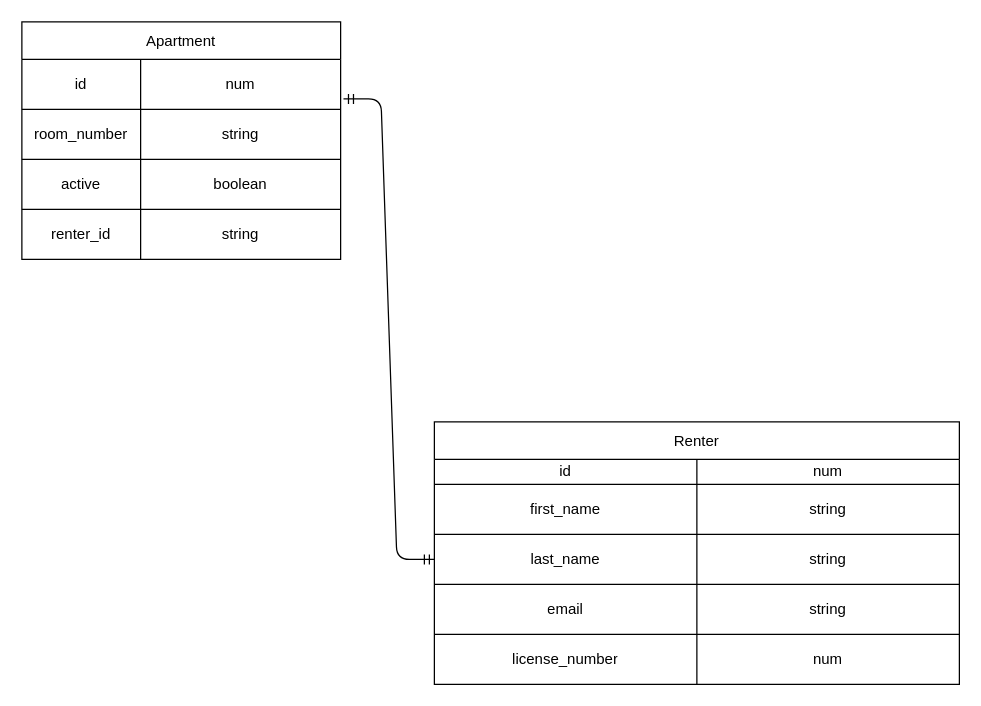
This is exercises/class-6/Exercise-1.1.drawio from MichaelAI0/CodeLabs_Backend_Exercise_Notes_2023, a draw.io file, before an edit. Source tidied: cells renumbered, new cells numbered last; positions are measured from the earlier drawing's top-left corner, leaving out a move shared by most shapes. Both pictures are drawn from the tidied source at 125%, with x=0, y=0 at pixel (21, 21).
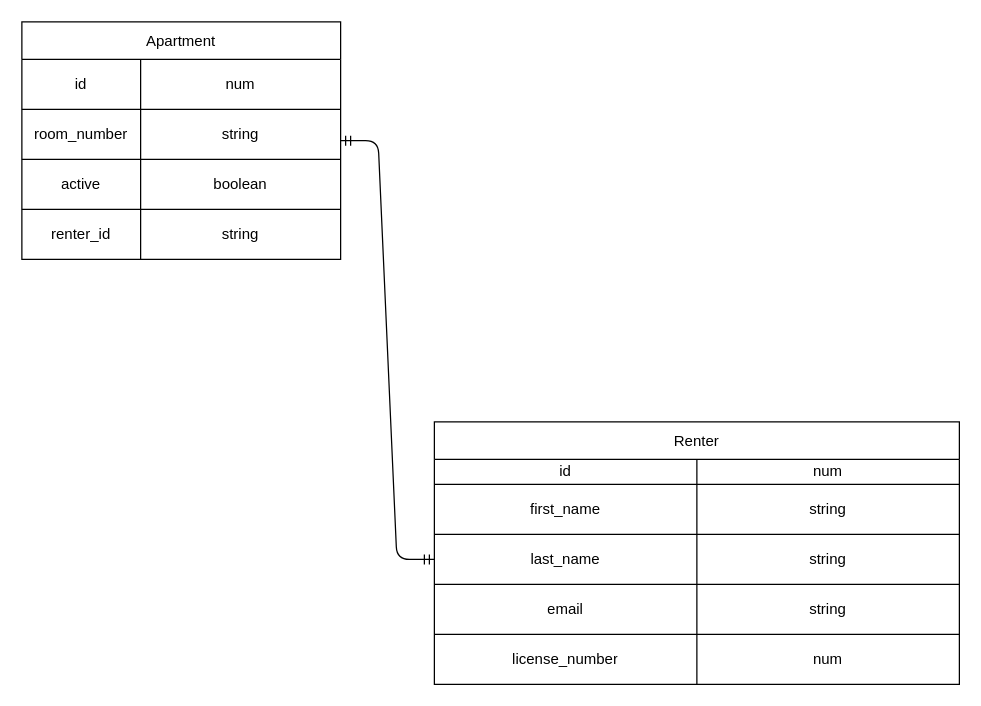
After the change.

Unchanged cells that the change refers to:
```xml
<mxCell id="9" style="shape=tableRow;horizontal=0;startSize=0;swimlaneHead=0;swimlaneBody=0;top=0;left=0;bottom=0;right=0;fillColor=none;points=[[0,0.5],[1,0.5]];portConstraint=eastwest;" parent="2" vertex="1">
  <mxGeometry y="90" width="420" height="40" as="geometry" />
</mxCell>
<mxCell id="18" value="Apartment" style="shape=table;startSize=30;childLayout=tableLayout;strokeColor=default;" parent="1" vertex="1">
  <mxGeometry width="255" height="190" as="geometry" />
</mxCell>
<mxCell id="19" style="shape=tableRow;horizontal=0;startSize=0;swimlaneHead=0;swimlaneBody=0;top=0;left=0;bottom=0;right=0;fillColor=none;points=[[0,0.5],[1,0.5]];portConstraint=eastwest;strokeColor=default;" parent="18" vertex="1">
  <mxGeometry y="30" width="255" height="40" as="geometry" />
</mxCell>
```

The edit, as a diff of the source:
```diff
@@
-    <mxCell id="31" style="edgeStyle=entityRelationEdgeStyle;fontSize=12;html=1;endArrow=ERmandOne;startArrow=ERmandOne;entryX=0;entryY=0.5;entryDx=0;entryDy=0;exitX=1.009;exitY=0.79;exitDx=0;exitDy=0;exitPerimeter=0;" parent="1" edge="1" source="19" target="9">
+    <mxCell id="31" style="edgeStyle=entityRelationEdgeStyle;fontSize=12;html=1;endArrow=ERmandOne;startArrow=ERmandOne;entryX=0;entryY=0.5;entryDx=0;entryDy=0;" parent="1" edge="1" source="18" target="9">
       <mxGeometry relative="1" as="geometry" />
     </mxCell>
```
